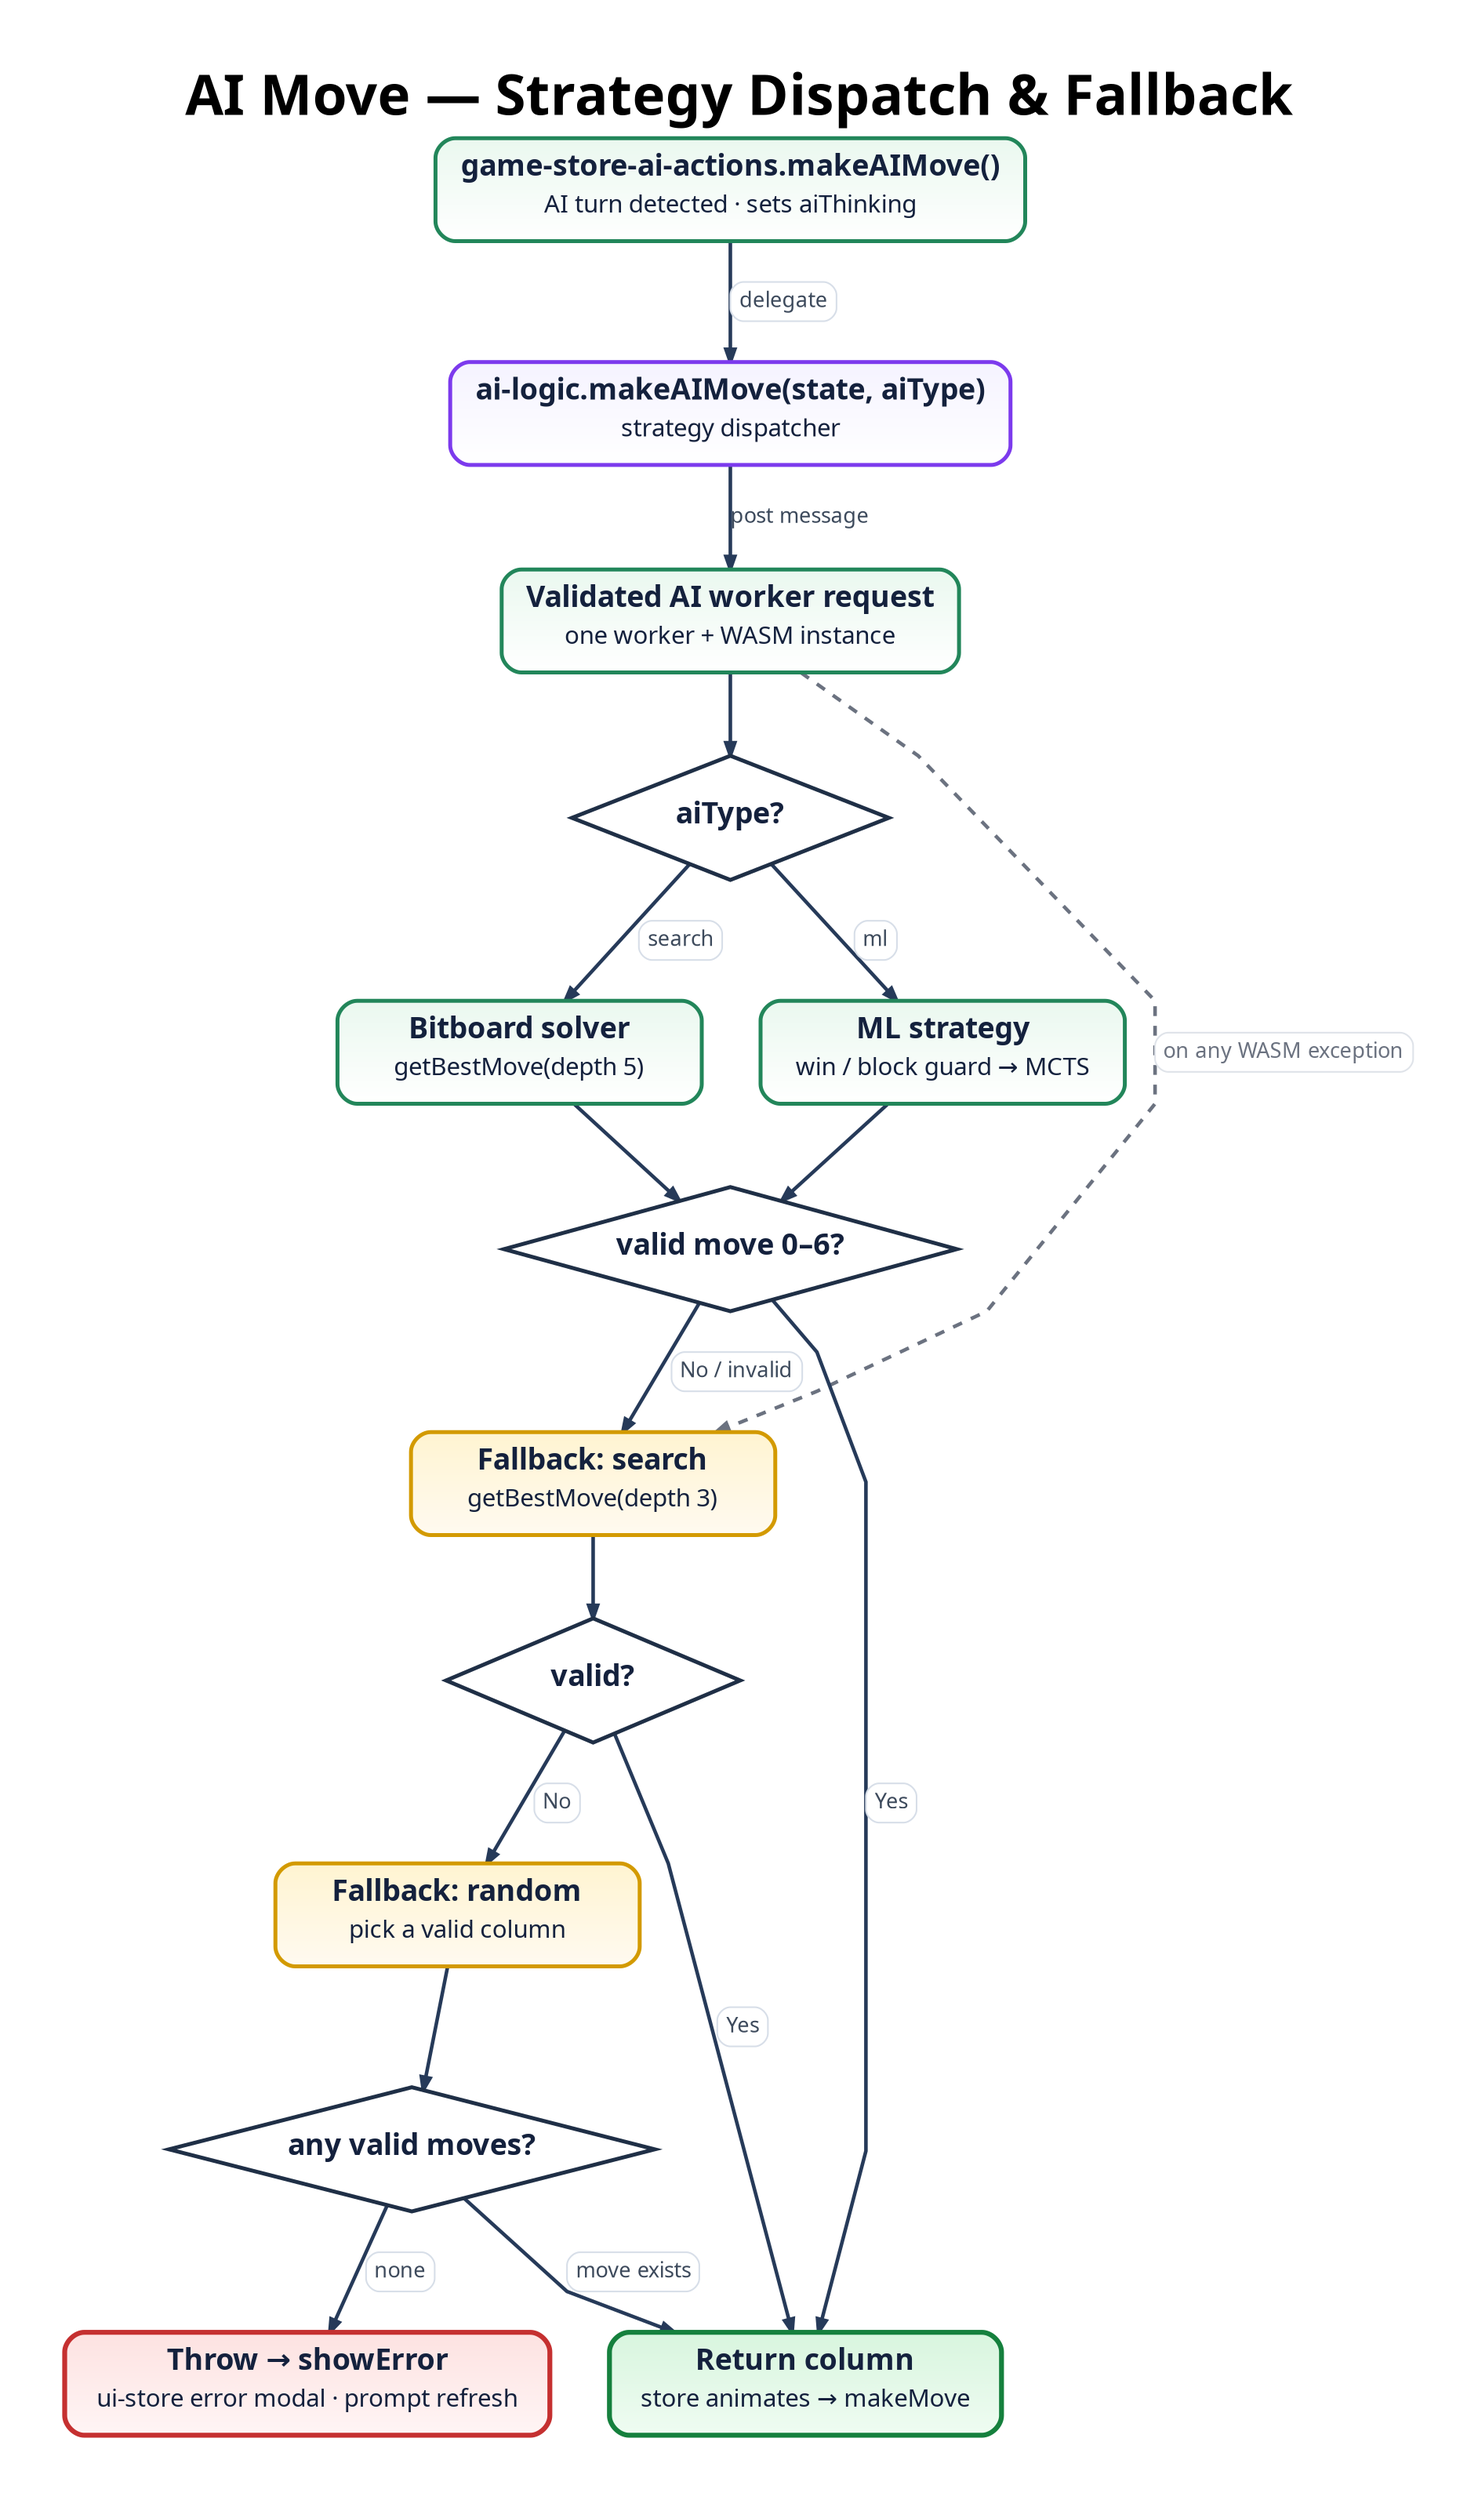
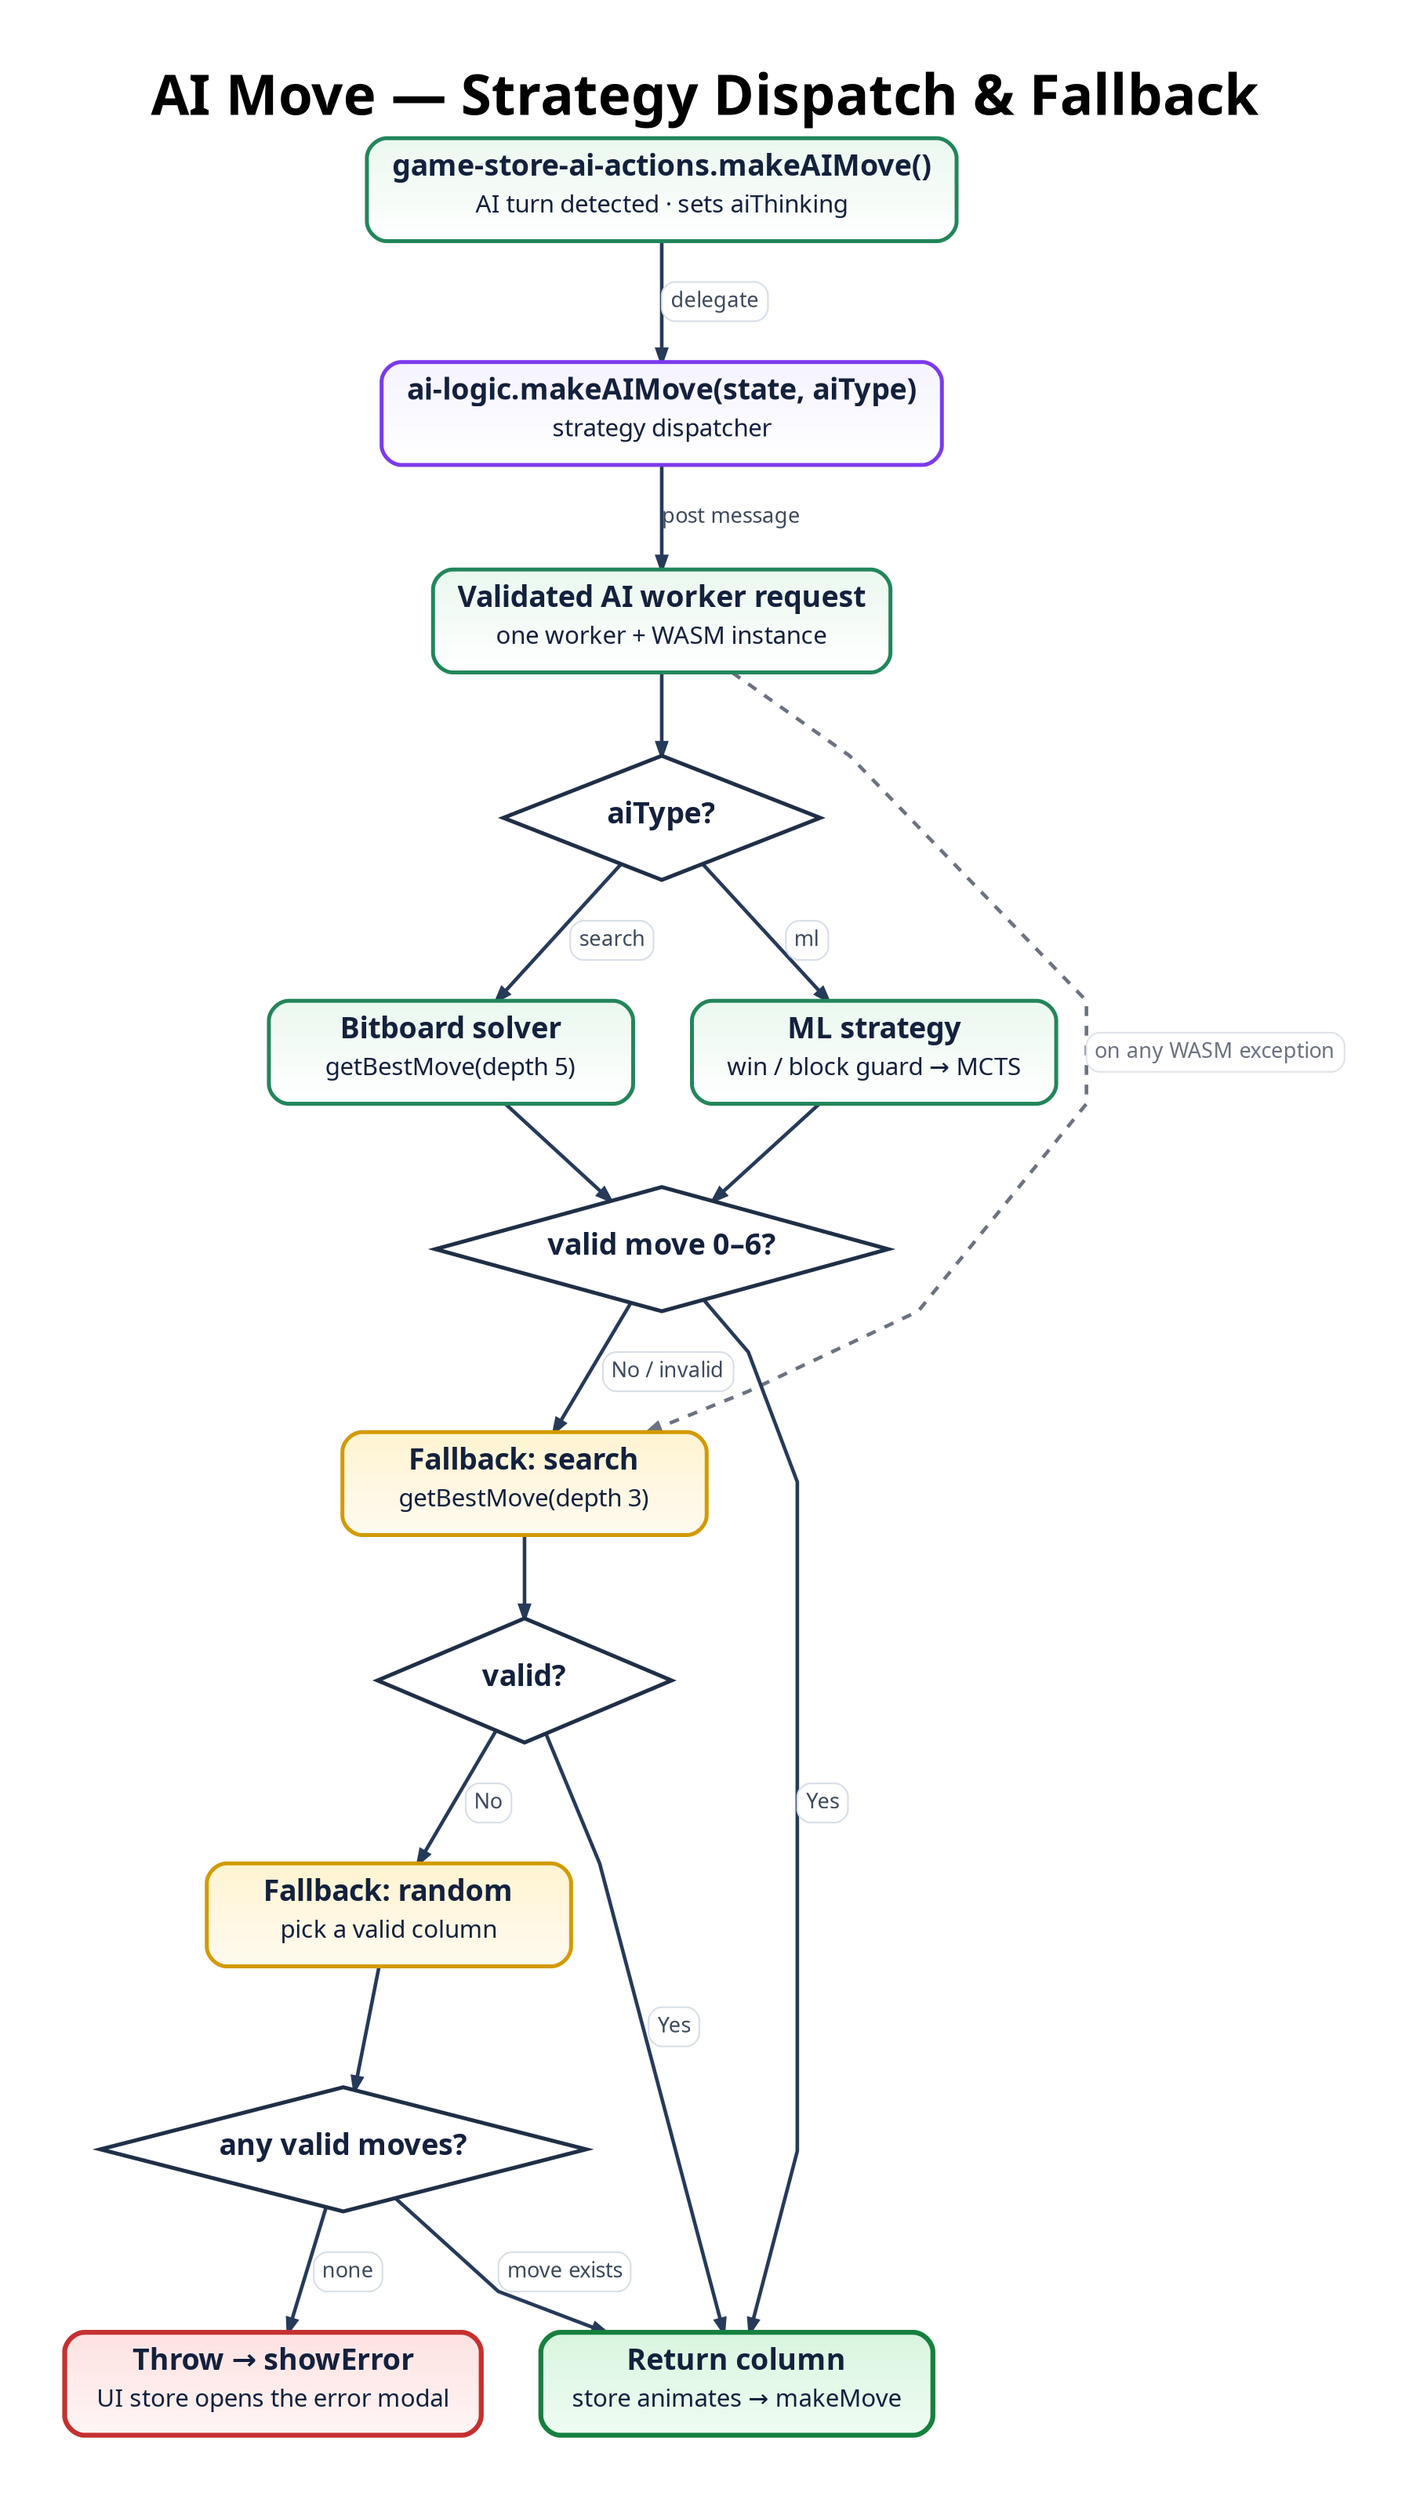
digraph AiMoveFlow {
  graph [
    rankdir=TB,
    bgcolor="#ffffff",
    pad="0.55",
    nodesep="0.5",
    ranksep="0.7",
    splines=polyline,
    outputorder=edgesfirst,
    compound=true,
    newrank=true,
    forcelabels=true,
    fontname="Avenir",
    label=<
      <TABLE BORDER="0" CELLBORDER="0" CELLSPACING="0" CELLPADDING="0">
        <TR><TD><FONT POINT-SIZE="34"><B>AI Move &mdash; Strategy Dispatch &amp; Fallback</B></FONT></TD></TR>
      </TABLE>
    >,
    labelloc=t,
    labeljust=c
  ];

  node [
    shape=box,
    style="rounded,filled",
    margin="0.21,0.13",
    width=3.1,
    height=0.74,
    fixedsize=false,
    fontname="Avenir",
    fontsize=18,
    penwidth=2.4,
    fontcolor="#14213d",
    color="#2264c7",
    fillcolor="#eaf3ff:#ffffff",
    gradientangle=270
  ];

  edge [
    color="#263a59",
    fontname="Avenir",
    fontsize=13,
    fontcolor="#3d4a5c",
    penwidth=2.2,
    arrowsize=0.78
  ];

  A [label=<<TABLE BORDER="0" CELLBORDER="0" CELLSPACING="0" CELLPADDING="0"><TR><TD><B>game-store-ai-actions.makeAIMove()</B></TD></TR><TR><TD CELLPADDING="4"><FONT POINT-SIZE="15">AI turn detected &middot; sets aiThinking</FONT></TD></TR></TABLE>>, fillcolor="#eaf8ef:#ffffff", color="#22865a"];
  B [label=<<TABLE BORDER="0" CELLBORDER="0" CELLSPACING="0" CELLPADDING="0"><TR><TD><B>ai-logic.makeAIMove(state, aiType)</B></TD></TR><TR><TD CELLPADDING="4"><FONT POINT-SIZE="15">strategy dispatcher</FONT></TD></TR></TABLE>>, fillcolor="#f5f3ff:#ffffff", color="#7c3aed"];
  W [label=<<TABLE BORDER="0" CELLBORDER="0" CELLSPACING="0" CELLPADDING="0"><TR><TD><B>Validated AI worker request</B></TD></TR><TR><TD CELLPADDING="4"><FONT POINT-SIZE="15">one worker + WASM instance</FONT></TD></TR></TABLE>>, fillcolor="#eaf8ef:#ffffff", color="#22865a"];

  D1 [label=<<B>aiType?</B>>, shape=diamond, style=filled, width=2.7, height=1.05, fillcolor="#ffffff", color="#1f2f46", penwidth=2.4];

  C1 [label=<<TABLE BORDER="0" CELLBORDER="0" CELLSPACING="0" CELLPADDING="0"><TR><TD><B>Bitboard solver</B></TD></TR><TR><TD CELLPADDING="4"><FONT POINT-SIZE="15">getBestMove(depth 5)</FONT></TD></TR></TABLE>>, fillcolor="#eaf8ef:#ffffff", color="#22865a"];
  C2 [label=<<TABLE BORDER="0" CELLBORDER="0" CELLSPACING="0" CELLPADDING="0"><TR><TD><B>ML strategy</B></TD></TR><TR><TD CELLPADDING="4"><FONT POINT-SIZE="15">win / block guard &rarr; MCTS</FONT></TD></TR></TABLE>>, fillcolor="#eaf8ef:#ffffff", color="#22865a"];

  D2 [label=<<B>valid move 0&ndash;6?</B>>, shape=diamond, style=filled, width=3.0, height=1.05, fillcolor="#ffffff", color="#1f2f46", penwidth=2.4];

  F1 [label=<<TABLE BORDER="0" CELLBORDER="0" CELLSPACING="0" CELLPADDING="0"><TR><TD><B>Fallback: search</B></TD></TR><TR><TD CELLPADDING="4"><FONT POINT-SIZE="15">getBestMove(depth 3)</FONT></TD></TR></TABLE>>, fillcolor="#fff4d1:#fffaf0", color="#d39a00"];
  D3 [label=<<B>valid?</B>>, shape=diamond, style=filled, width=2.5, height=1.05, fillcolor="#ffffff", color="#1f2f46", penwidth=2.4];
  F2 [label=<<TABLE BORDER="0" CELLBORDER="0" CELLSPACING="0" CELLPADDING="0"><TR><TD><B>Fallback: random</B></TD></TR><TR><TD CELLPADDING="4"><FONT POINT-SIZE="15">pick a valid column</FONT></TD></TR></TABLE>>, fillcolor="#fff4d1:#fffaf0", color="#d39a00"];
  D4 [label=<<B>any valid moves?</B>>, shape=diamond, style=filled, width=3.0, height=1.05, fillcolor="#ffffff", color="#1f2f46", penwidth=2.4];

  OK [label=<<TABLE BORDER="0" CELLBORDER="0" CELLSPACING="0" CELLPADDING="0"><TR><TD><B>Return column</B></TD></TR><TR><TD CELLPADDING="4"><FONT POINT-SIZE="15">store animates &rarr; makeMove</FONT></TD></TR></TABLE>>, fillcolor="#d8f5de:#effcf2", color="#15803d", penwidth=3.0];
-   ERR [label=<<TABLE BORDER="0" CELLBORDER="0" CELLSPACING="0" CELLPADDING="0"><TR><TD><B>Throw &rarr; showError</B></TD></TR><TR><TD CELLPADDING="4"><FONT POINT-SIZE="15">ui-store error modal &middot; prompt refresh</FONT></TD></TR></TABLE>>, fillcolor="#fde2e1:#fff5f5", color="#c53030", penwidth=3.0];
+   ERR [label=<<TABLE BORDER="0" CELLBORDER="0" CELLSPACING="0" CELLPADDING="0"><TR><TD><B>Throw &rarr; showError</B></TD></TR><TR><TD CELLPADDING="4"><FONT POINT-SIZE="15">UI store opens the error modal</FONT></TD></TR></TABLE>>, fillcolor="#fde2e1:#fff5f5", color="#c53030", penwidth=3.0];

  A -> B [label=<<TABLE BORDER="1" CELLBORDER="0" STYLE="ROUNDED" COLOR="#d7dee8" BGCOLOR="#ffffff" CELLSPACING="0" CELLPADDING="4"><TR><TD><FONT POINT-SIZE="13" COLOR="#3d4a5c">delegate</FONT></TD></TR></TABLE>>];
  B -> W [label="post message"];
  W -> D1;
  D1 -> C1 [label=<<TABLE BORDER="1" CELLBORDER="0" STYLE="ROUNDED" COLOR="#d7dee8" BGCOLOR="#ffffff" CELLSPACING="0" CELLPADDING="4"><TR><TD><FONT POINT-SIZE="13" COLOR="#3d4a5c">search</FONT></TD></TR></TABLE>>];
  D1 -> C2 [label=<<TABLE BORDER="1" CELLBORDER="0" STYLE="ROUNDED" COLOR="#d7dee8" BGCOLOR="#ffffff" CELLSPACING="0" CELLPADDING="4"><TR><TD><FONT POINT-SIZE="13" COLOR="#3d4a5c">ml</FONT></TD></TR></TABLE>>];
  C1 -> D2;
  C2 -> D2;
  D2 -> OK [label=<<TABLE BORDER="1" CELLBORDER="0" STYLE="ROUNDED" COLOR="#d7dee8" BGCOLOR="#ffffff" CELLSPACING="0" CELLPADDING="4"><TR><TD><FONT POINT-SIZE="13" COLOR="#3d4a5c">Yes</FONT></TD></TR></TABLE>>];
  D2 -> F1 [label=<<TABLE BORDER="1" CELLBORDER="0" STYLE="ROUNDED" COLOR="#d7dee8" BGCOLOR="#ffffff" CELLSPACING="0" CELLPADDING="4"><TR><TD><FONT POINT-SIZE="13" COLOR="#3d4a5c">No / invalid</FONT></TD></TR></TABLE>>];
  W -> F1 [label=<<TABLE BORDER="1" CELLBORDER="0" STYLE="ROUNDED" COLOR="#dfe3e9" BGCOLOR="#ffffff" CELLSPACING="0" CELLPADDING="4"><TR><TD><FONT POINT-SIZE="13" COLOR="#6b7280">on any WASM exception</FONT></TD></TR></TABLE>>, style=dashed, color="#6b7280", fontcolor="#6b7280", constraint=false];
  F1 -> D3;
  D3 -> OK [label=<<TABLE BORDER="1" CELLBORDER="0" STYLE="ROUNDED" COLOR="#d7dee8" BGCOLOR="#ffffff" CELLSPACING="0" CELLPADDING="4"><TR><TD><FONT POINT-SIZE="13" COLOR="#3d4a5c">Yes</FONT></TD></TR></TABLE>>];
  D3 -> F2 [label=<<TABLE BORDER="1" CELLBORDER="0" STYLE="ROUNDED" COLOR="#d7dee8" BGCOLOR="#ffffff" CELLSPACING="0" CELLPADDING="4"><TR><TD><FONT POINT-SIZE="13" COLOR="#3d4a5c">No</FONT></TD></TR></TABLE>>];
  F2 -> D4;
  D4 -> OK [label=<<TABLE BORDER="1" CELLBORDER="0" STYLE="ROUNDED" COLOR="#d7dee8" BGCOLOR="#ffffff" CELLSPACING="0" CELLPADDING="4"><TR><TD><FONT POINT-SIZE="13" COLOR="#3d4a5c">move exists</FONT></TD></TR></TABLE>>];
  D4 -> ERR [label=<<TABLE BORDER="1" CELLBORDER="0" STYLE="ROUNDED" COLOR="#d7dee8" BGCOLOR="#ffffff" CELLSPACING="0" CELLPADDING="4"><TR><TD><FONT POINT-SIZE="13" COLOR="#3d4a5c">none</FONT></TD></TR></TABLE>>];
}
